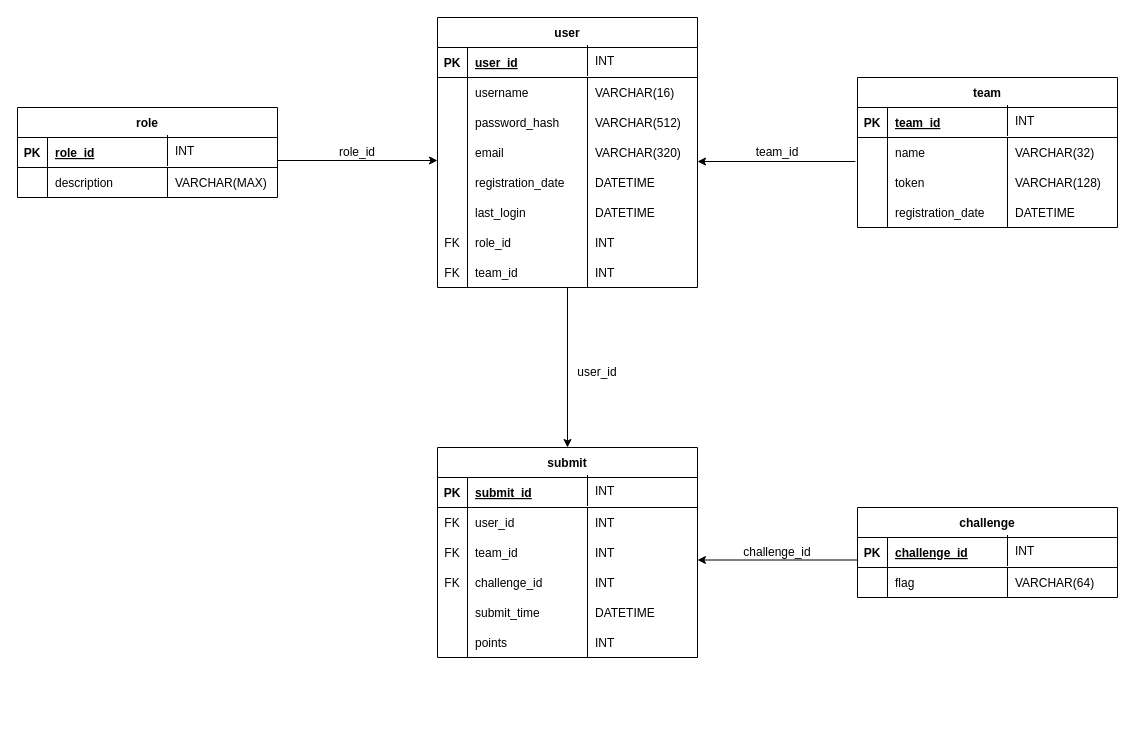
Above: db/design/schema_diagram.drawio in FeeeDz/H4ckUs4t1_CTF (draw.io), before the change. Source tidied: cells renumbered, new cells numbered last; positions are measured from the earlier drawing's top-left corner, leaving out a move shared by most shapes. Both pictures are drawn from the tidied source at 100%, with x=0, y=0 at pixel (17, 17).
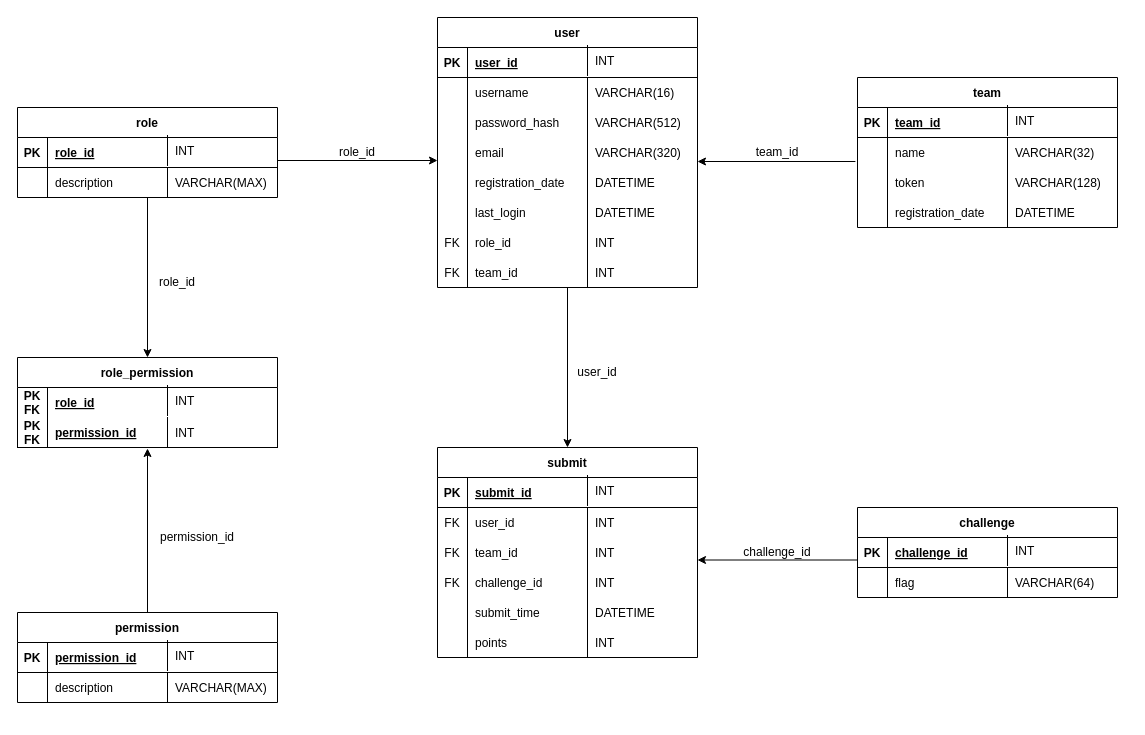
After the change.

Unchanged cells that the change refers to:
```xml
<mxCell id="65" value="role" style="shape=table;startSize=30;childLayout=tableLayout;rowLines=0;fontStyle=1;align=center;" parent="1" vertex="1">
  <mxGeometry y="90" width="260" height="90" as="geometry" />
</mxCell>
```

The edit, as a diff of the source:
```diff
@@
+    <mxCell id="117" style="shape=partialRectangle;fillColor=none;top=0;left=0;right=0;bottom=0;" parent="1" vertex="1">
+      <mxGeometry x="20" y="415" width="170" height="30" as="geometry" />
+    </mxCell>
+    <mxCell id="118" value="role_permission" style="shape=table;startSize=30;childLayout=tableLayout;rowLines=0;fontStyle=1;align=center;" parent="1" vertex="1">
+      <mxGeometry y="340" width="260" height="90" as="geometry" />
+    </mxCell>
+    <mxCell id="119" style="shape=partialRectangle;fillColor=none;top=0;left=0;right=0;bottom=0;" parent="118" vertex="1">
+      <mxGeometry y="30" width="260" height="30" as="geometry" />
+    </mxCell>
+    <mxCell id="120" value="PK&#10;FK" style="shape=partialRectangle;overflow=hidden;fillColor=none;top=0;left=0;bottom=0;right=0;fontStyle=1;" parent="119" vertex="1">
+      <mxGeometry width="30" height="30" as="geometry" />
+    </mxCell>
+    <mxCell id="121" value="role_id" style="shape=partialRectangle;overflow=hidden;fillColor=none;top=0;left=0;bottom=0;right=0;align=left;spacingLeft=6;fontStyle=5;" parent="119" vertex="1">
+      <mxGeometry x="30" width="230" height="30" as="geometry" />
+    </mxCell>
+    <mxCell id="122" style="shape=partialRectangle;fillColor=none;points=[[0,0.5],[1,0.5]];portConstraint=eastwest;top=0;left=0;right=0;bottom=1;" parent="118" vertex="1">
+      <mxGeometry y="60" width="260" height="30" as="geometry" />
+    </mxCell>
+    <mxCell id="123" value="PK&#10;FK" style="shape=partialRectangle;overflow=hidden;fillColor=none;top=0;left=0;bottom=0;right=1;fontStyle=1;" parent="122" vertex="1">
+      <mxGeometry width="30" height="30" as="geometry" />
+    </mxCell>
+    <mxCell id="124" value="permission_id" style="shape=partialRectangle;overflow=hidden;fillColor=none;top=0;left=0;bottom=0;right=0;align=left;spacingLeft=6;fontStyle=5;" parent="122" vertex="1">
+      <mxGeometry x="30" width="230" height="30" as="geometry" />
+    </mxCell>
+    <mxCell id="125" value="INT" style="shape=partialRectangle;overflow=hidden;fillColor=none;top=0;left=1;bottom=0;right=0;align=left;spacingLeft=6;" parent="1" vertex="1">
+      <mxGeometry x="150" y="400" width="120" height="30" as="geometry" />
+    </mxCell>
+    <mxCell id="126" value="INT" style="shape=partialRectangle;overflow=hidden;fillColor=none;top=0;left=1;bottom=0;right=0;align=left;spacingLeft=6;" parent="1" vertex="1">
+      <mxGeometry x="150" y="368" width="80" height="30" as="geometry" />
+    </mxCell>
+    <mxCell id="127" style="endArrow=classic;html=1;rounded=0;exitX=0.5;exitY=1;exitDx=0;exitDy=0;entryX=0.5;entryY=0;entryDx=0;entryDy=0;" parent="1" edge="1" source="65" target="118">
+      <mxGeometry relative="1" as="geometry" />
+    </mxCell>
+    <mxCell id="128" value="role_id" style="text;html=1;strokeColor=none;fillColor=none;align=center;verticalAlign=middle;whiteSpace=wrap;rounded=0;" parent="1" vertex="1">
+      <mxGeometry x="130" y="250" width="60" height="30" as="geometry" />
+    </mxCell>
+    <mxCell id="129" style="shape=partialRectangle;fillColor=none;top=0;left=0;right=0;bottom=0;" parent="1" vertex="1">
+      <mxGeometry x="20" y="670" width="170" height="30" as="geometry" />
+    </mxCell>
+    <mxCell id="130" value="permission" style="shape=table;startSize=30;childLayout=tableLayout;rowLines=0;fontStyle=1;align=center;" parent="1" vertex="1">
+      <mxGeometry y="595" width="260" height="90" as="geometry" />
+    </mxCell>
+    <mxCell id="131" style="shape=partialRectangle;fillColor=none;top=0;left=0;right=0;bottom=1;" parent="130" vertex="1">
+      <mxGeometry y="30" width="260" height="30" as="geometry" />
+    </mxCell>
+    <mxCell id="132" value="PK" style="shape=partialRectangle;overflow=hidden;fillColor=none;top=0;left=0;bottom=0;right=0;fontStyle=1;" parent="131" vertex="1">
+      <mxGeometry width="30" height="30" as="geometry" />
+    </mxCell>
+    <mxCell id="133" value="permission_id" style="shape=partialRectangle;overflow=hidden;fillColor=none;top=0;left=0;bottom=0;right=0;align=left;spacingLeft=6;fontStyle=5;" parent="131" vertex="1">
+      <mxGeometry x="30" width="230" height="30" as="geometry" />
+    </mxCell>
+    <mxCell id="134" style="shape=partialRectangle;fillColor=none;top=0;left=0;right=0;bottom=0;" parent="130" vertex="1">
+      <mxGeometry y="60" width="260" height="30" as="geometry" />
+    </mxCell>
+    <mxCell id="135" style="shape=partialRectangle;overflow=hidden;fillColor=none;top=0;left=0;bottom=0;right=1;" parent="134" vertex="1">
+      <mxGeometry width="30" height="30" as="geometry" />
+    </mxCell>
+    <mxCell id="136" value="description" style="shape=partialRectangle;overflow=hidden;fillColor=none;top=0;left=0;bottom=0;right=0;align=left;spacingLeft=6;" parent="134" vertex="1">
+      <mxGeometry x="30" width="230" height="30" as="geometry" />
+    </mxCell>
+    <mxCell id="137" value="VARCHAR(MAX)" style="shape=partialRectangle;overflow=hidden;fillColor=none;top=0;left=1;bottom=0;right=0;align=left;spacingLeft=6;" parent="1" vertex="1">
+      <mxGeometry x="150" y="655" width="120" height="30" as="geometry" />
+    </mxCell>
+    <mxCell id="138" value="INT" style="shape=partialRectangle;overflow=hidden;fillColor=none;top=0;left=1;bottom=0;right=0;align=left;spacingLeft=6;" parent="1" vertex="1">
+      <mxGeometry x="150" y="623" width="80" height="30" as="geometry" />
+    </mxCell>
+    <mxCell id="139" style="endArrow=classic;html=1;rounded=0;exitX=0.5;exitY=0;exitDx=0;exitDy=0;entryX=0.5;entryY=1.033;entryDx=0;entryDy=0;entryPerimeter=0;" parent="1" edge="1" source="130" target="122">
+      <mxGeometry relative="1" as="geometry" />
+    </mxCell>
+    <mxCell id="140" value="permission_id" style="text;html=1;strokeColor=none;fillColor=none;align=center;verticalAlign=middle;whiteSpace=wrap;rounded=0;" parent="1" vertex="1">
+      <mxGeometry x="150" y="505" width="60" height="30" as="geometry" />
+    </mxCell>
```
